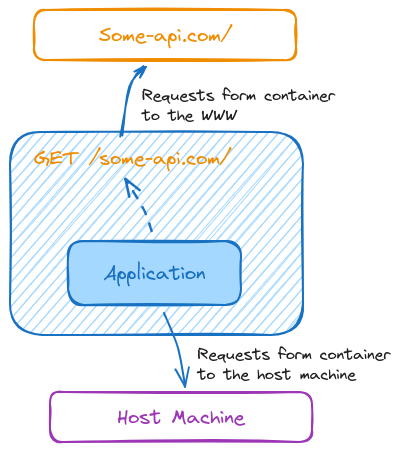
Earlier version of the Excalidraw export networking/docs/neworks.excalidraw.png (ThomasCode92/docker-k8s-practical-guide). Source tidied: one line per element, renumbered; positions are measured from the earlier drawing's top-left corner, leaving out a move shared by most shapes.
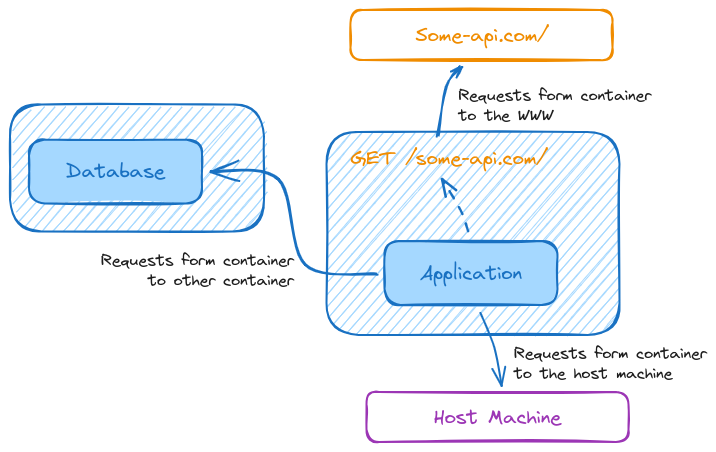
The same diagram one commit later.

Commit message:
Container to Container Communication

Change to the diagram source:
```diff
@@ -9,5 +9,10 @@
 {"id": 8, "type": "text", "text": "Requests form container\nto the WWW", "strokeColor": "#1e1e1e", "strokeWidth": 2, "strokeStyle": "dashed", "roughness": 0, "fontSize": 16, "fontFamily": 1, "x": 132, "y": 76, "width": 193, "height": 40}
 {"id": 9, "type": "rectangle", "strokeColor": "#9c36b5", "strokeWidth": 2, "roughness": 1, "round": true, "x": 40, "y": 382, "width": 262, "height": 50}
 {"id": 10, "type": "text", "text": "Host Machine", "strokeColor": "#9c36b5", "strokeWidth": 2, "roughness": 1, "fontSize": 20, "fontFamily": 1, "textAlign": "center", "verticalAlign": "middle", "inside": 9, "x": 107, "y": 394, "width": 127, "height": 25}
-{"id": 11, "type": "arrow", "strokeColor": "#1971c2", "backgroundColor": "#a5d8ff", "fillStyle": "hachure", "strokeWidth": 2, "roughness": 0, "endArrowhead": "arrow", "round": true, "from": 1, "to": 12, "x": 154, "y": 303, "width": 21, "height": 74, "points": [[0, 0], [14, 35], [21, 74]]}
+{"id": 11, "type": "arrow", "strokeColor": "#1971c2", "backgroundColor": "#a5d8ff", "fillStyle": "hachure", "strokeWidth": 2, "roughness": 0, "endArrowhead": "arrow", "round": true, "from": 1, "to": 12, "x": 154, "y": 303, "width": 21, "height": 73, "points": [[0, 0], [14, 35], [21, 73]]}
-{"id": 12, "type": "text", "text": "Requests form container\nto the host machine", "strokeColor": "#1e1e1e", "strokeWidth": 2, "strokeStyle": "dashed", "roughness": 0, "fontSize": 16, "fontFamily": 1, "x": 188, "y": 335, "width": 193, "height": 40}
+{"id": 12, "type": "text", "text": "Requests form container\nto the host machine", "strokeColor": "#1e1e1e", "strokeWidth": 2, "strokeStyle": "dashed", "roughness": 0, "fontSize": 16, "fontFamily": 1, "x": 188, "y": 334, "width": 193, "height": 40}
+{"id": 13, "type": "rectangle", "strokeColor": "#1971c2", "backgroundColor": "#a5d8ff", "fillStyle": "hachure", "strokeWidth": 2, "roughness": 1, "round": true, "x": -316, "y": 94, "width": 254, "height": 127}
+{"id": 14, "type": "rectangle", "strokeColor": "#1971c2", "backgroundColor": "#a5d8ff", "fillStyle": "solid", "strokeWidth": 2, "roughness": 1, "round": true, "x": -298, "y": 130, "width": 173, "height": 64}
+{"id": 15, "type": "text", "text": "Database", "strokeColor": "#1971c2", "strokeWidth": 2, "roughness": 1, "fontSize": 20, "fontFamily": 1, "textAlign": "center", "verticalAlign": "middle", "inside": 14, "x": -260, "y": 149, "width": 99, "height": 25}
+{"id": 16, "type": "arrow", "strokeColor": "#1971c2", "backgroundColor": "#a5d8ff", "fillStyle": "hachure", "strokeWidth": 2, "roughness": 1, "endArrowhead": "arrow", "round": true, "from": 1, "to": 14, "x": 51, "y": 265, "width": 166, "height": 104, "points": [[0, 0], [-73, -10], [-98, -95], [-166, -104]]}
+{"id": 17, "type": "text", "text": "Requests form container\nto other container", "strokeColor": "#1e1e1e", "strokeWidth": 2, "strokeStyle": "dashed", "roughness": 0, "fontSize": 16, "fontFamily": 1, "textAlign": "right", "x": -225, "y": 241, "width": 193, "height": 40}
```
